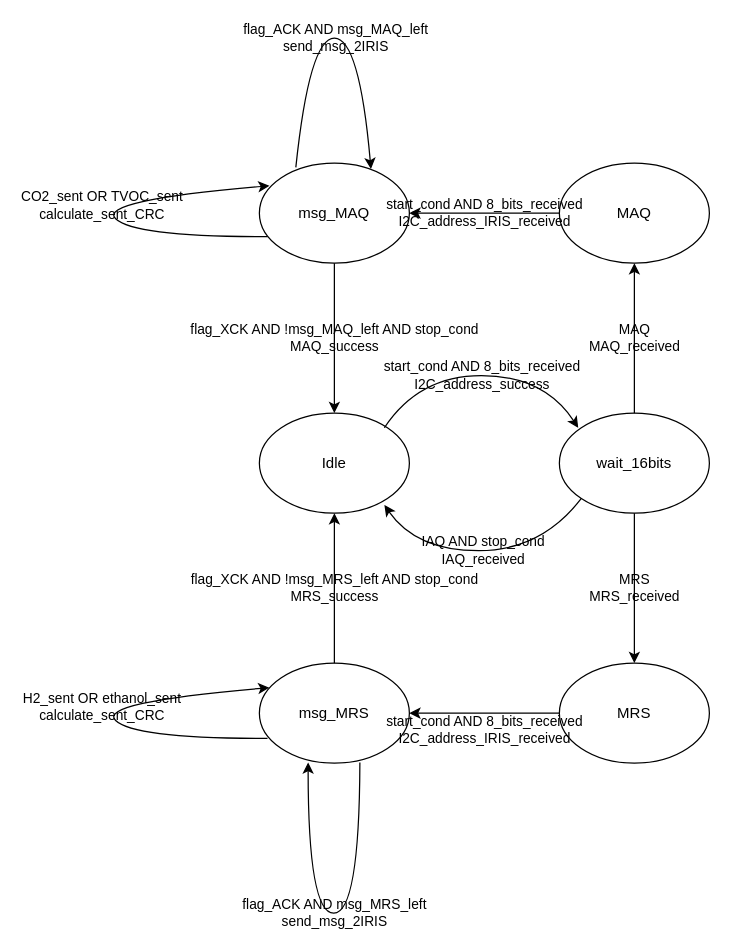
Earlier version of the draw.io diagram visuals/sensor.drawio (oscarlpujol/ProyectoFinal). Source tidied: cells renumbered, new cells numbered last; positions are measured from the earlier drawing's top-left corner, leaving out a move shared by most shapes. Both pictures are drawn from the tidied source at 125%, with x=0, y=0 at pixel (96, 38).
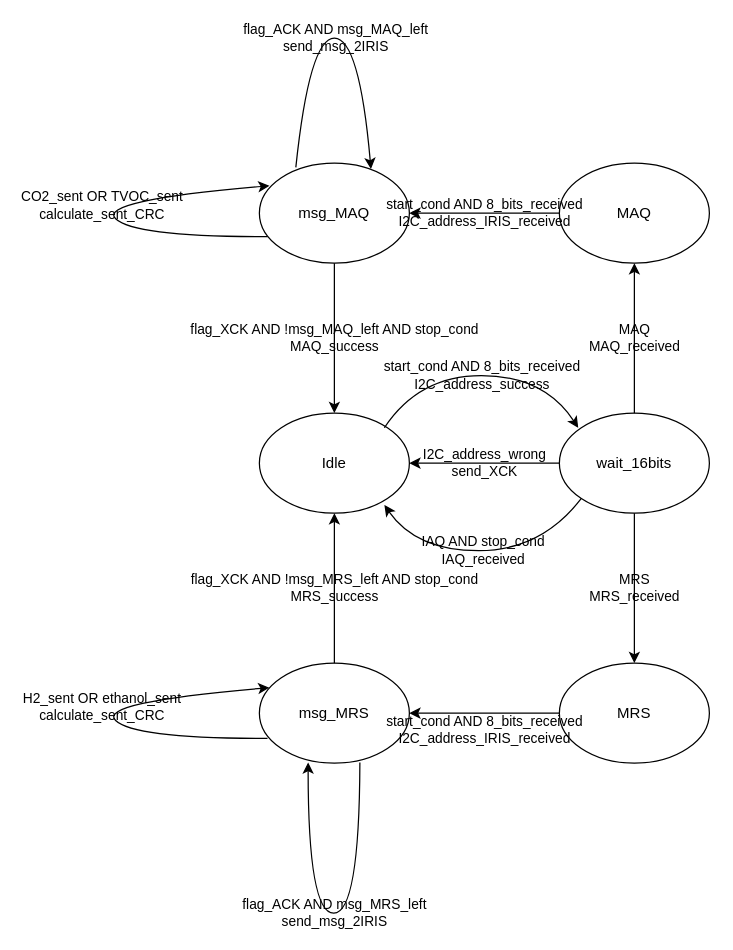
After the change.

Unchanged cells that the change refers to:
```xml
<mxCell id="2" value="Idle" style="ellipse;whiteSpace=wrap;html=1;" parent="1" vertex="1">
  <mxGeometry x="130" y="300" width="120" height="80" as="geometry" />
</mxCell>
<mxCell id="3" value="wait_16bits" style="ellipse;whiteSpace=wrap;html=1;" parent="1" vertex="1">
  <mxGeometry x="370" y="300" width="120" height="80" as="geometry" />
</mxCell>
```

The edit, as a diff of the source:
```diff
@@
+    <mxCell id="20" value="I2C_address_wrong&lt;br&gt;send_XCK" style="endArrow=classic;html=1;exitX=0;exitY=0.5;exitDx=0;exitDy=0;entryX=1;entryY=0.5;entryDx=0;entryDy=0;labelBackgroundColor=none;" parent="1" edge="1" source="3" target="2">
+      <mxGeometry relative="1" as="geometry" />
+    </mxCell>
```
